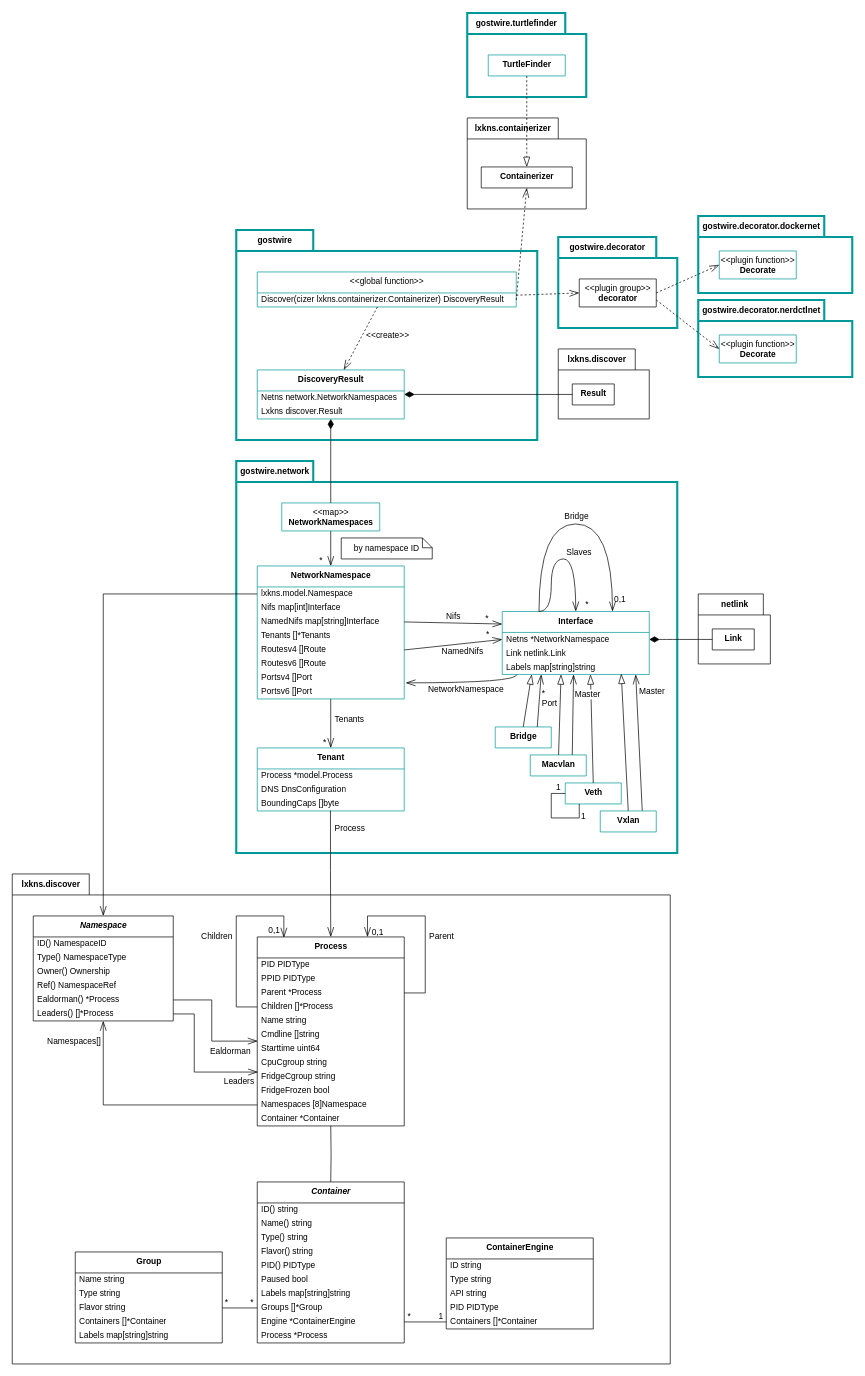
Earlier version of the draw.io diagram uml/gostwire-overview.drawio (siemens/ghostwire). Source tidied: cells renumbered, new cells numbered last; positions are measured from the earlier drawing's top-left corner, leaving out a move shared by most shapes. Both pictures are drawn from the tidied source at 70%, with x=0, y=0 at pixel (12, 13).
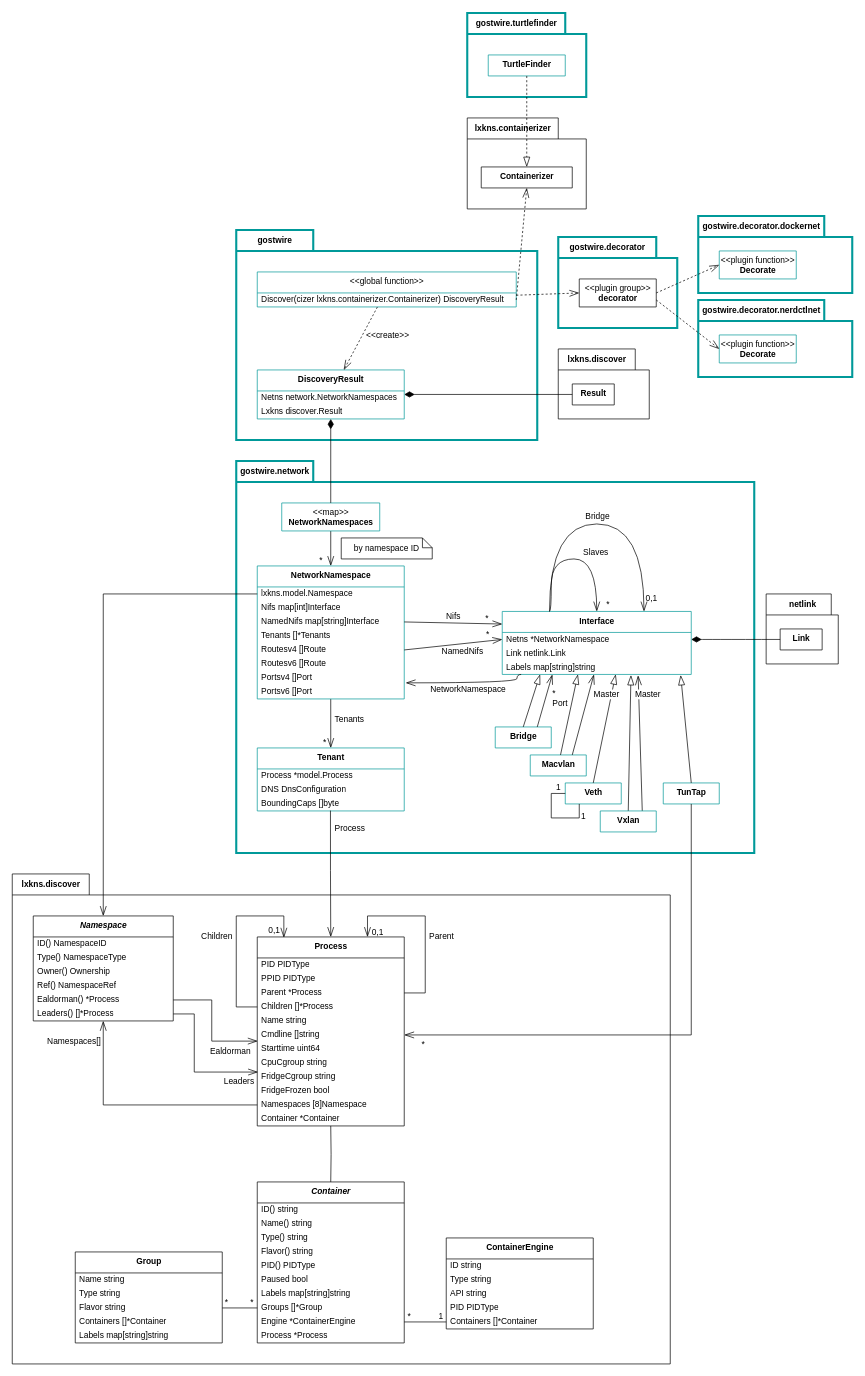
The same page after the edit.

Commit message (it also covers changes not shown here):
docs: add tap/tun to information model UML diagram

Unchanged cells that the change refers to:
```xml
<mxCell id="52" value="&lt;b&gt;Vxlan&lt;/b&gt;" style="swimlane;fontStyle=0;align=center;verticalAlign=top;horizontal=1;startSize=30;html=1;strokeColor=#009999;" parent="13" vertex="1">
  <mxGeometry x="520" y="500" width="80" height="30" as="geometry" />
</mxCell>
<mxCell id="78" value="Cmdline []string" style="text;html=1;strokeColor=none;fillColor=none;align=left;verticalAlign=middle;spacingLeft=4;spacingRight=4;overflow=hidden;points=[[0,0.5],[1,0.5]];portConstraint=eastwest;fontColor=#000000;" parent="72" vertex="1">
  <mxGeometry y="130" width="210" height="20" as="geometry" />
</mxCell>
```

Diff of the diagram source:
```diff
@@
     <mxCell id="13" value="gostwire.network" style="shape=folder;fontStyle=1;tabWidth=110;tabHeight=30;tabPosition=left;html=1;boundedLbl=1;labelInHeader=1;strokeColor=#009999;strokeWidth=3;" parent="1" vertex="1">
-      <mxGeometry x="320" y="640" width="630" height="560" as="geometry" />
+      <mxGeometry x="320" y="640" width="740" height="560" as="geometry" />
     </mxCell>
@@
     <mxCell id="33" value="&lt;b&gt;Interface&lt;/b&gt;" style="swimlane;fontStyle=0;align=center;verticalAlign=top;horizontal=1;startSize=30;html=1;strokeColor=#009999;" parent="13" vertex="1">
-      <mxGeometry x="380" y="215" width="210" height="90" as="geometry" />
+      <mxGeometry x="380" y="215" width="270" height="90" as="geometry" />
     </mxCell>
     <mxCell id="34" value="Netns *NetworkNamespace" style="text;html=1;strokeColor=none;fillColor=none;align=left;verticalAlign=middle;spacingLeft=4;spacingRight=4;overflow=hidden;points=[[0,0.5],[1,0.5]];portConstraint=eastwest;" parent="33" vertex="1">
-      <mxGeometry y="30" width="210" height="20" as="geometry" />
+      <mxGeometry y="30" width="270" height="20" as="geometry" />
     </mxCell>
     <mxCell id="35" value="Link netlink.Link" style="text;html=1;strokeColor=none;fillColor=none;align=left;verticalAlign=middle;spacingLeft=4;spacingRight=4;overflow=hidden;" parent="33" vertex="1">
-      <mxGeometry y="50" width="210" height="20" as="geometry" />
+      <mxGeometry y="50" width="270" height="20" as="geometry" />
     </mxCell>
     <mxCell id="36" value="Labels map[string]string" style="text;html=1;strokeColor=none;fillColor=none;align=left;verticalAlign=middle;spacingLeft=4;spacingRight=4;overflow=hidden;points=[[0,0.5],[1,0.5],[0.2,1],[0.4,1],[0.6,1],[0.8,1],[0.1,1]];portConstraint=eastwest;" parent="33" vertex="1">
-      <mxGeometry y="70" width="210" height="20" as="geometry" />
+      <mxGeometry y="70" width="270" height="20" as="geometry" />
     </mxCell>
@@
     <mxCell id="42" value="Bridge" style="rounded=0;jumpSize=12;orthogonalLoop=1;jettySize=auto;html=1;exitX=0.25;exitY=0;exitDx=0;exitDy=0;fontSize=12;fontColor=#000000;startArrow=none;startFill=0;endArrow=openThin;endFill=0;startSize=12;endSize=12;align=center;verticalAlign=middle;labelBackgroundColor=none;edgeStyle=orthogonalEdgeStyle;curved=1;entryX=0.75;entryY=0;entryDx=0;entryDy=0;" parent="13" edge="1" source="33" target="33">
       <mxGeometry y="10" relative="1" as="geometry">
         <Array as="points">
-          <mxPoint x="432" y="90" />
-          <mxPoint x="538" y="90" />
+          <mxPoint x="448" y="90" />
+          <mxPoint x="583" y="90" />
         </Array>
       </mxGeometry>
     </mxCell>
@@
     <mxCell id="44" value="Slaves" style="rounded=0;jumpSize=12;orthogonalLoop=1;jettySize=auto;html=1;exitX=0.25;exitY=0;exitDx=0;exitDy=0;fontSize=12;fontColor=#000000;startArrow=none;startFill=0;endArrow=openThin;endFill=0;startSize=12;endSize=12;align=left;verticalAlign=bottom;labelBackgroundColor=none;edgeStyle=orthogonalEdgeStyle;curved=1;entryX=0.5;entryY=0;entryDx=0;entryDy=0;" parent="13" edge="1" source="33" target="33">
       <mxGeometry x="0.11" relative="1" as="geometry">
         <Array as="points">
           <mxPoint x="450" y="215" />
           <mxPoint x="450" y="140" />
-          <mxPoint x="485" y="140" />
+          <mxPoint x="515" y="140" />
         </Array>
       </mxGeometry>
     </mxCell>
@@
-    <mxCell id="49" style="rounded=0;jumpSize=12;jettySize=auto;html=1;labelBackgroundColor=none;fontSize=12;fontColor=#000000;startArrow=none;startFill=0;endArrow=blockThin;endFill=0;startSize=12;endSize=12;align=left;verticalAlign=bottom;elbow=vertical;exitX=0.5;exitY=0;exitDx=0;exitDy=0;" parent="13" edge="1" source="52">
-      <mxGeometry relative="1" as="geometry">
-        <mxPoint x="550" y="304" as="targetPoint" />
-      </mxGeometry>
+    <mxCell id="49" style="rounded=0;jumpSize=12;jettySize=auto;html=1;labelBackgroundColor=none;fontSize=12;fontColor=#000000;startArrow=none;startFill=0;endArrow=blockThin;endFill=0;startSize=12;endSize=12;align=left;verticalAlign=bottom;elbow=vertical;exitX=0.5;exitY=0;exitDx=0;exitDy=0;entryX=0.681;entryY=1.05;entryDx=0;entryDy=0;entryPerimeter=0;" parent="13" edge="1" source="52" target="36">
+      <mxGeometry relative="1" as="geometry" />
     </mxCell>
-    <mxCell id="50" style="edgeStyle=none;rounded=0;jumpSize=12;jettySize=auto;html=1;exitX=0.75;exitY=0;exitDx=0;exitDy=0;entryX=0.908;entryY=1.003;entryDx=0;entryDy=0;entryPerimeter=0;labelBackgroundColor=none;fontSize=12;fontColor=#000000;startArrow=none;startFill=0;endArrow=openThin;endFill=0;startSize=12;endSize=12;align=left;verticalAlign=middle;" parent="13" edge="1" source="52" target="36">
+    <mxCell id="50" style="edgeStyle=none;rounded=0;jumpSize=12;jettySize=auto;html=1;exitX=0.75;exitY=0;exitDx=0;exitDy=0;entryX=0.719;entryY=1.067;entryDx=0;entryDy=0;labelBackgroundColor=none;fontSize=12;fontColor=#000000;startArrow=none;startFill=0;endArrow=openThin;endFill=0;startSize=12;endSize=12;align=left;verticalAlign=middle;entryPerimeter=0;" parent="13" edge="1" source="52" target="36">
       <mxGeometry relative="1" as="geometry" />
     </mxCell>
     <mxCell id="51" value="Master" style="edgeLabel;html=1;align=left;verticalAlign=top;fontSize=12;fontColor=#000000;spacingLeft=2;" parent="50" vertex="1">
-      <mxGeometry x="0.9" y="-1" relative="1" as="geometry" />
+      <mxGeometry x="0.9" y="-1" relative="1" as="geometry">
+        <mxPoint x="-9" y="4" as="offset" />
+      </mxGeometry>
     </mxCell>
@@
+    <mxCell id="145" value="&lt;b&gt;TunTap&lt;/b&gt;" style="swimlane;fontStyle=0;align=center;verticalAlign=top;horizontal=1;startSize=30;html=1;strokeColor=#009999;" parent="13" vertex="1">
+      <mxGeometry x="610" y="460" width="80" height="30" as="geometry" />
+    </mxCell>
+    <mxCell id="146" style="rounded=0;jumpSize=12;jettySize=auto;html=1;labelBackgroundColor=none;fontSize=12;fontColor=#000000;startArrow=none;startFill=0;endArrow=blockThin;endFill=0;startSize=12;endSize=12;align=left;verticalAlign=bottom;elbow=vertical;exitX=0.5;exitY=0;exitDx=0;exitDy=0;entryX=0.944;entryY=1.05;entryDx=0;entryDy=0;entryPerimeter=0;" parent="13" edge="1" source="145" target="36">
+      <mxGeometry relative="1" as="geometry" />
+    </mxCell>
@@
     <mxCell id="127" value="netlink" style="shape=folder;fontStyle=1;tabWidth=110;tabHeight=30;tabPosition=left;html=1;boundedLbl=1;labelInHeader=1;" parent="1" vertex="1">
-      <mxGeometry x="980" y="830" width="103" height="100" as="geometry" />
+      <mxGeometry x="1077" y="830" width="103" height="100" as="geometry" />
     </mxCell>
@@
+    <mxCell id="147" style="edgeStyle=none;rounded=0;jumpSize=12;jettySize=auto;html=1;exitX=0.5;exitY=1;exitDx=0;exitDy=0;entryX=1;entryY=0.5;entryDx=0;entryDy=0;labelBackgroundColor=none;fontSize=12;fontColor=#000000;startArrow=none;startFill=0;endArrow=openThin;endFill=0;startSize=12;endSize=12;align=left;verticalAlign=middle;" parent="1" edge="1" source="145" target="78">
+      <mxGeometry relative="1" as="geometry">
+        <Array as="points">
+          <mxPoint x="970" y="1460" />
+        </Array>
+      </mxGeometry>
+    </mxCell>
+    <mxCell id="148" value="*" style="edgeLabel;html=1;align=left;verticalAlign=top;fontSize=12;fontColor=#000000;spacingLeft=2;" parent="147" vertex="1">
+      <mxGeometry x="0.9" y="-1" relative="1" as="geometry">
+        <mxPoint x="-16" y="1" as="offset" />
+      </mxGeometry>
+    </mxCell>
```
